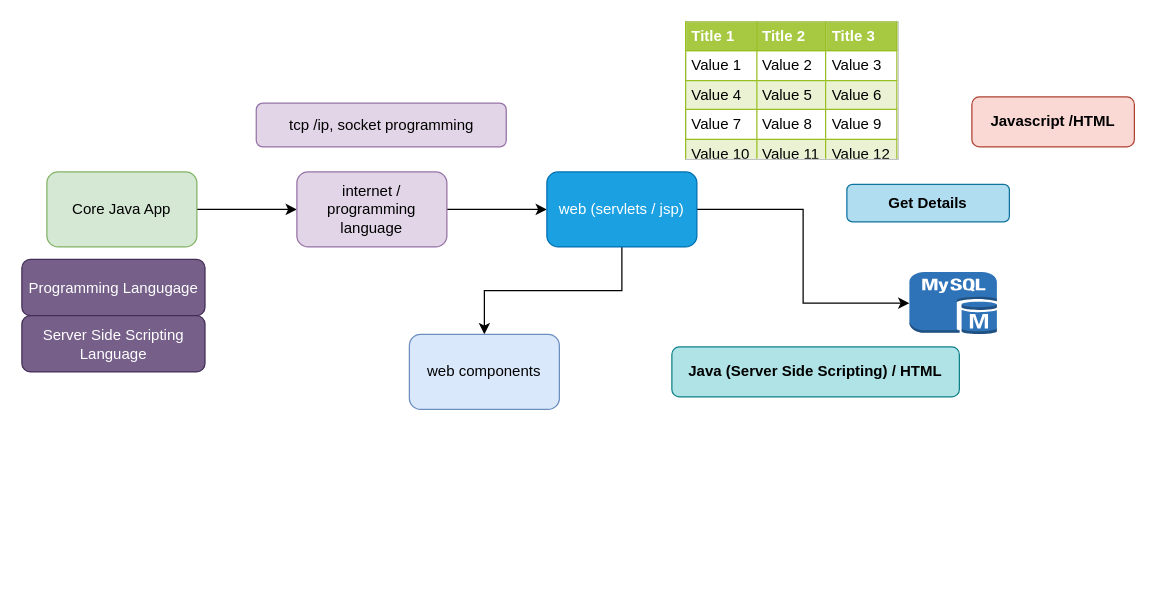
Before: page "SERVLETS / JSP" (3 of 8) of SPRING/spring.drawio in nathub071122/natGIT, a draw.io diagram. Source tidied: cells renumbered, new cells numbered last; positions are measured from the earlier drawing's top-left corner, leaving out a move shared by most shapes. Both pictures are drawn from the tidied source at 125%, with x=0, y=0 at pixel (21, 21).
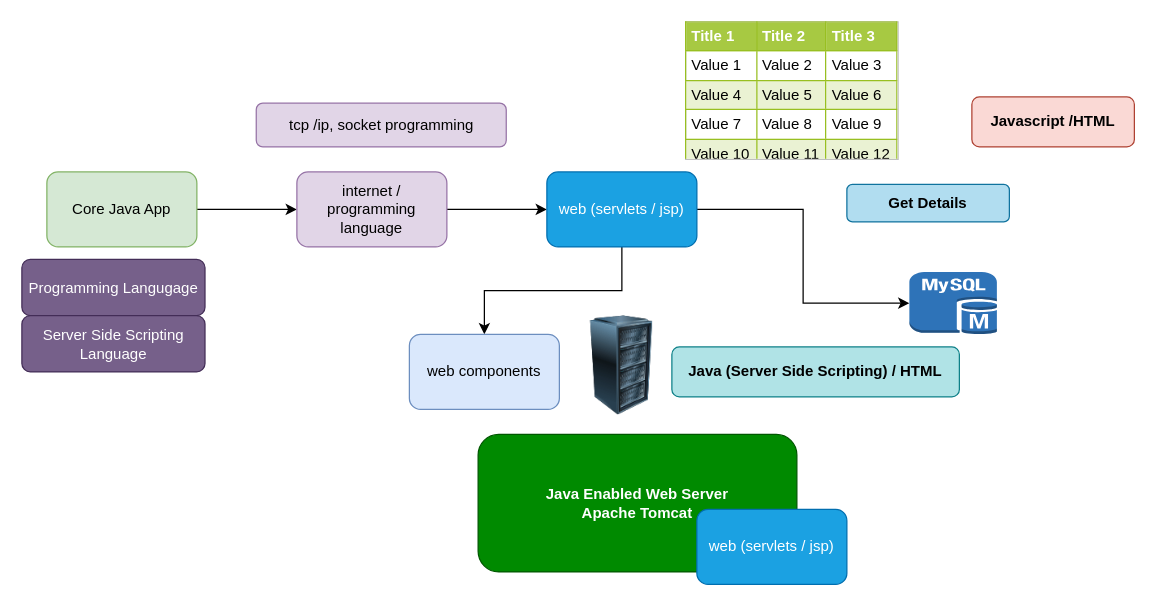
The same diagram, later.

What changed in the source:
```diff
@@
+    <mxCell id="18" style="image;html=1;image=img/lib/clip_art/computers/Server_Rack_128x128.png;verticalAlign=middle;" parent="1" vertex="1">
+      <mxGeometry x="440" y="235" width="80" height="80" as="geometry" />
+    </mxCell>
+    <mxCell id="19" value="Java Enabled Web Server&lt;br&gt;Apache Tomcat" style="rounded=1;whiteSpace=wrap;html=1;fillColor=#008a00;strokeColor=#005700;fontStyle=1;verticalAlign=middle;fontColor=#ffffff;" parent="1" vertex="1">
+      <mxGeometry x="365" y="330" width="255" height="110" as="geometry" />
+    </mxCell>
+    <mxCell id="20" value="web (servlets / jsp)&lt;br&gt;" style="rounded=1;whiteSpace=wrap;html=1;fillColor=#1ba1e2;strokeColor=#006EAF;fontColor=#ffffff;" parent="1" vertex="1">
+      <mxGeometry x="540" y="390" width="120" height="60" as="geometry" />
+    </mxCell>
```
